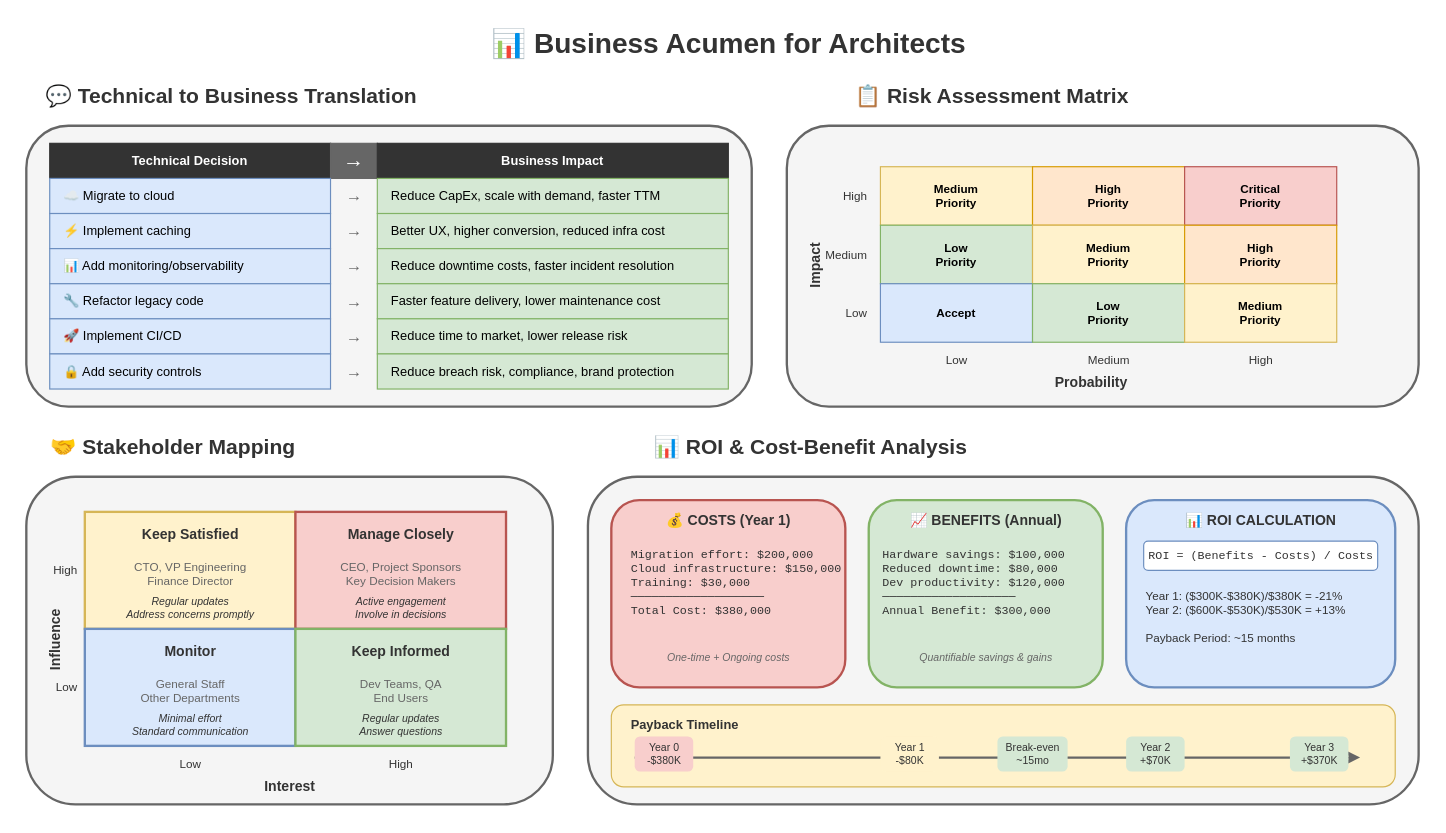
The draw.io diagram lesson-10-soft-skills/03-business-acumen/3.1-business-acumen.drawio in MrParkerZ7/document-lesson-software-architect-x-claude, before the edit. Source tidied: cells renumbered, new cells numbered last; positions are measured from the earlier drawing's top-left corner, leaving out a move shared by most shapes. Both pictures are drawn from the tidied source at 117%, with x=0, y=0 at pixel (20, 20).
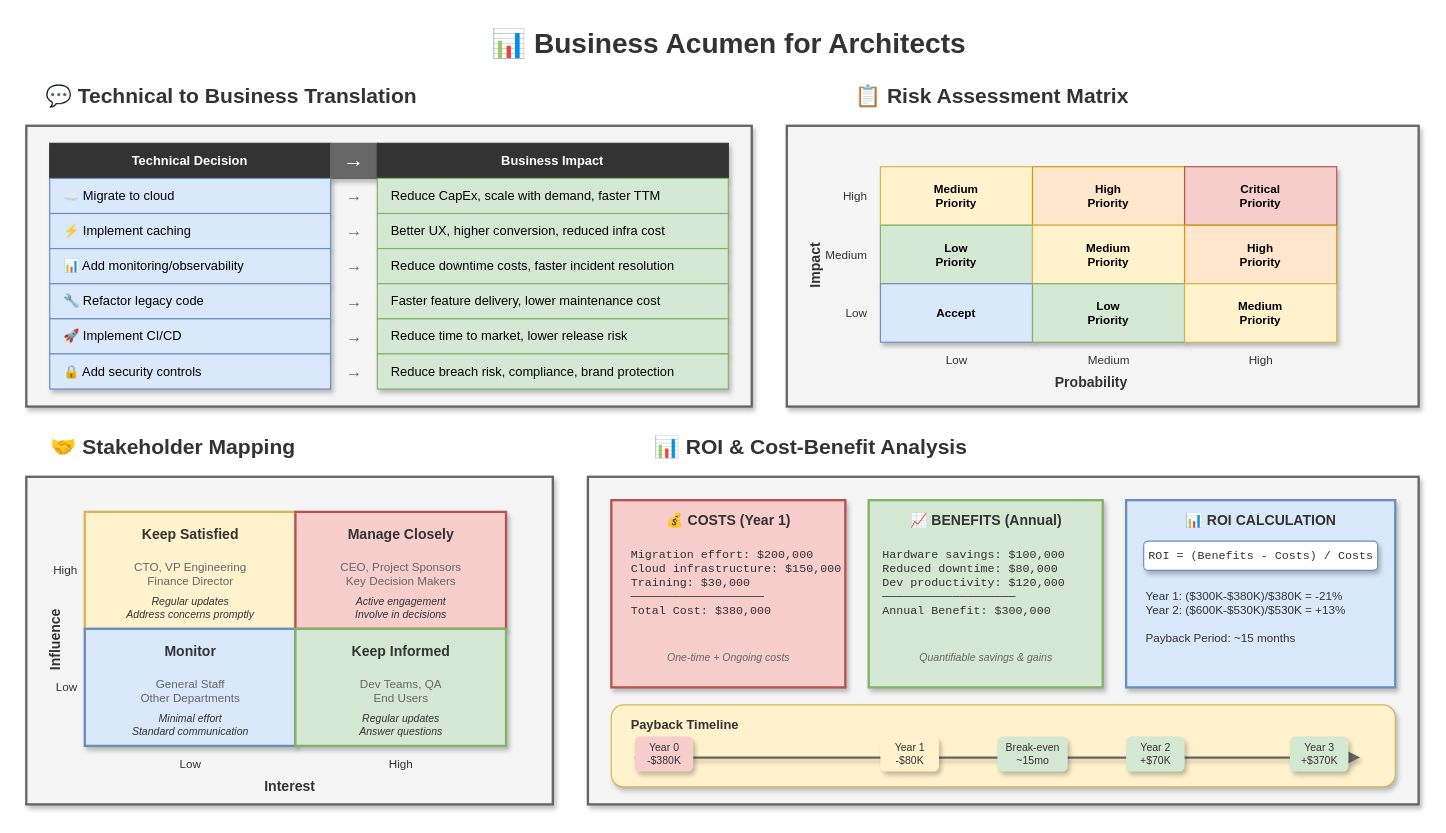
The same page after the edit.

The edit, as a diff of the source:
```diff
@@
-    <mxCell id="4" style="rounded=1;whiteSpace=wrap;html=1;fillColor=#f5f5f5;strokeColor=#666666;strokeWidth=2;" parent="1" vertex="1">
+    <mxCell id="4" style="rounded=0;whiteSpace=wrap;html=1;fillColor=#f5f5f5;strokeColor=#666666;strokeWidth=2;shadow=1;" parent="1" vertex="1">
       <mxGeometry x="5" y="90" width="620" height="240" as="geometry" />
     </mxCell>
-    <mxCell id="5" value="Technical Decision" style="rounded=0;whiteSpace=wrap;html=1;fillColor=#333333;strokeColor=#333333;fontColor=#ffffff;fontStyle=1;fontSize=11;" parent="1" vertex="1">
+    <mxCell id="5" value="Technical Decision" style="rounded=0;whiteSpace=wrap;html=1;fillColor=#333333;strokeColor=#333333;fontColor=#ffffff;fontStyle=1;fontSize=11;shadow=1;" parent="1" vertex="1">
       <mxGeometry x="25" y="105" width="240" height="30" as="geometry" />
     </mxCell>
-    <mxCell id="6" value="→" style="rounded=0;whiteSpace=wrap;html=1;fillColor=#666666;strokeColor=#666666;fontColor=#ffffff;fontStyle=1;fontSize=18;" parent="1" vertex="1">
+    <mxCell id="6" value="→" style="rounded=0;whiteSpace=wrap;html=1;fillColor=#666666;strokeColor=#666666;fontColor=#ffffff;fontStyle=1;fontSize=18;shadow=1;" parent="1" vertex="1">
       <mxGeometry x="265" y="105" width="40" height="30" as="geometry" />
     </mxCell>
-    <mxCell id="7" value="Business Impact" style="rounded=0;whiteSpace=wrap;html=1;fillColor=#333333;strokeColor=#333333;fontColor=#ffffff;fontStyle=1;fontSize=11;" parent="1" vertex="1">
+    <mxCell id="7" value="Business Impact" style="rounded=0;whiteSpace=wrap;html=1;fillColor=#333333;strokeColor=#333333;fontColor=#ffffff;fontStyle=1;fontSize=11;shadow=1;" parent="1" vertex="1">
       <mxGeometry x="305" y="105" width="300" height="30" as="geometry" />
     </mxCell>
-    <mxCell id="8" value="☁️ Migrate to cloud" style="rounded=0;whiteSpace=wrap;html=1;fillColor=#dae8fc;strokeColor=#6c8ebf;fontSize=11;align=left;spacingLeft=10;" parent="1" vertex="1">
+    <mxCell id="8" value="☁️ Migrate to cloud" style="rounded=0;whiteSpace=wrap;html=1;fillColor=#dae8fc;strokeColor=#6c8ebf;fontSize=11;align=left;spacingLeft=10;shadow=1;" parent="1" vertex="1">
       <mxGeometry x="25" y="135" width="240" height="30" as="geometry" />
     </mxCell>
@@
-    <mxCell id="10" value="Reduce CapEx, scale with demand, faster TTM" style="rounded=0;whiteSpace=wrap;html=1;fillColor=#d5e8d4;strokeColor=#82b366;fontSize=11;align=left;spacingLeft=10;" parent="1" vertex="1">
+    <mxCell id="10" value="Reduce CapEx, scale with demand, faster TTM" style="rounded=0;whiteSpace=wrap;html=1;fillColor=#d5e8d4;strokeColor=#82b366;fontSize=11;align=left;spacingLeft=10;shadow=1;" parent="1" vertex="1">
       <mxGeometry x="305" y="135" width="300" height="30" as="geometry" />
     </mxCell>
-    <mxCell id="11" value="⚡ Implement caching" style="rounded=0;whiteSpace=wrap;html=1;fillColor=#dae8fc;strokeColor=#6c8ebf;fontSize=11;align=left;spacingLeft=10;" parent="1" vertex="1">
+    <mxCell id="11" value="⚡ Implement caching" style="rounded=0;whiteSpace=wrap;html=1;fillColor=#dae8fc;strokeColor=#6c8ebf;fontSize=11;align=left;spacingLeft=10;shadow=1;" parent="1" vertex="1">
       <mxGeometry x="25" y="165" width="240" height="30" as="geometry" />
     </mxCell>
@@
-    <mxCell id="13" value="Better UX, higher conversion, reduced infra cost" style="rounded=0;whiteSpace=wrap;html=1;fillColor=#d5e8d4;strokeColor=#82b366;fontSize=11;align=left;spacingLeft=10;" parent="1" vertex="1">
+    <mxCell id="13" value="Better UX, higher conversion, reduced infra cost" style="rounded=0;whiteSpace=wrap;html=1;fillColor=#d5e8d4;strokeColor=#82b366;fontSize=11;align=left;spacingLeft=10;shadow=1;" parent="1" vertex="1">
       <mxGeometry x="305" y="165" width="300" height="30" as="geometry" />
     </mxCell>
-    <mxCell id="14" value="📊 Add monitoring/observability" style="rounded=0;whiteSpace=wrap;html=1;fillColor=#dae8fc;strokeColor=#6c8ebf;fontSize=11;align=left;spacingLeft=10;" parent="1" vertex="1">
+    <mxCell id="14" value="📊 Add monitoring/observability" style="rounded=0;whiteSpace=wrap;html=1;fillColor=#dae8fc;strokeColor=#6c8ebf;fontSize=11;align=left;spacingLeft=10;shadow=1;" parent="1" vertex="1">
       <mxGeometry x="25" y="195" width="240" height="30" as="geometry" />
     </mxCell>
@@
-    <mxCell id="16" value="Reduce downtime costs, faster incident resolution" style="rounded=0;whiteSpace=wrap;html=1;fillColor=#d5e8d4;strokeColor=#82b366;fontSize=11;align=left;spacingLeft=10;" parent="1" vertex="1">
+    <mxCell id="16" value="Reduce downtime costs, faster incident resolution" style="rounded=0;whiteSpace=wrap;html=1;fillColor=#d5e8d4;strokeColor=#82b366;fontSize=11;align=left;spacingLeft=10;shadow=1;" parent="1" vertex="1">
       <mxGeometry x="305" y="195" width="300" height="30" as="geometry" />
     </mxCell>
-    <mxCell id="17" value="🔧 Refactor legacy code" style="rounded=0;whiteSpace=wrap;html=1;fillColor=#dae8fc;strokeColor=#6c8ebf;fontSize=11;align=left;spacingLeft=10;" parent="1" vertex="1">
+    <mxCell id="17" value="🔧 Refactor legacy code" style="rounded=0;whiteSpace=wrap;html=1;fillColor=#dae8fc;strokeColor=#6c8ebf;fontSize=11;align=left;spacingLeft=10;shadow=1;" parent="1" vertex="1">
       <mxGeometry x="25" y="225" width="240" height="30" as="geometry" />
     </mxCell>
@@
-    <mxCell id="19" value="Faster feature delivery, lower maintenance cost" style="rounded=0;whiteSpace=wrap;html=1;fillColor=#d5e8d4;strokeColor=#82b366;fontSize=11;align=left;spacingLeft=10;" parent="1" vertex="1">
+    <mxCell id="19" value="Faster feature delivery, lower maintenance cost" style="rounded=0;whiteSpace=wrap;html=1;fillColor=#d5e8d4;strokeColor=#82b366;fontSize=11;align=left;spacingLeft=10;shadow=1;" parent="1" vertex="1">
       <mxGeometry x="305" y="225" width="300" height="30" as="geometry" />
     </mxCell>
-    <mxCell id="20" value="🚀 Implement CI/CD" style="rounded=0;whiteSpace=wrap;html=1;fillColor=#dae8fc;strokeColor=#6c8ebf;fontSize=11;align=left;spacingLeft=10;" parent="1" vertex="1">
+    <mxCell id="20" value="🚀 Implement CI/CD" style="rounded=0;whiteSpace=wrap;html=1;fillColor=#dae8fc;strokeColor=#6c8ebf;fontSize=11;align=left;spacingLeft=10;shadow=1;" parent="1" vertex="1">
       <mxGeometry x="25" y="255" width="240" height="30" as="geometry" />
     </mxCell>
@@
-    <mxCell id="22" value="Reduce time to market, lower release risk" style="rounded=0;whiteSpace=wrap;html=1;fillColor=#d5e8d4;strokeColor=#82b366;fontSize=11;align=left;spacingLeft=10;" parent="1" vertex="1">
+    <mxCell id="22" value="Reduce time to market, lower release risk" style="rounded=0;whiteSpace=wrap;html=1;fillColor=#d5e8d4;strokeColor=#82b366;fontSize=11;align=left;spacingLeft=10;shadow=1;" parent="1" vertex="1">
       <mxGeometry x="305" y="255" width="300" height="30" as="geometry" />
     </mxCell>
-    <mxCell id="23" value="🔒 Add security controls" style="rounded=0;whiteSpace=wrap;html=1;fillColor=#dae8fc;strokeColor=#6c8ebf;fontSize=11;align=left;spacingLeft=10;" parent="1" vertex="1">
+    <mxCell id="23" value="🔒 Add security controls" style="rounded=0;whiteSpace=wrap;html=1;fillColor=#dae8fc;strokeColor=#6c8ebf;fontSize=11;align=left;spacingLeft=10;shadow=1;" parent="1" vertex="1">
       <mxGeometry x="25" y="285" width="240" height="30" as="geometry" />
     </mxCell>
@@
-    <mxCell id="25" value="Reduce breach risk, compliance, brand protection" style="rounded=0;whiteSpace=wrap;html=1;fillColor=#d5e8d4;strokeColor=#82b366;fontSize=11;align=left;spacingLeft=10;" parent="1" vertex="1">
+    <mxCell id="25" value="Reduce breach risk, compliance, brand protection" style="rounded=0;whiteSpace=wrap;html=1;fillColor=#d5e8d4;strokeColor=#82b366;fontSize=11;align=left;spacingLeft=10;shadow=1;" parent="1" vertex="1">
       <mxGeometry x="305" y="285" width="300" height="30" as="geometry" />
     </mxCell>
@@
-    <mxCell id="27" style="rounded=1;whiteSpace=wrap;html=1;fillColor=#f5f5f5;strokeColor=#666666;strokeWidth=2;" parent="1" vertex="1">
+    <mxCell id="27" style="rounded=0;whiteSpace=wrap;html=1;fillColor=#f5f5f5;strokeColor=#666666;strokeWidth=2;shadow=1;" parent="1" vertex="1">
       <mxGeometry x="655" y="90" width="540" height="240" as="geometry" />
     </mxCell>
@@
-    <mxCell id="30" value="Medium&#10;Priority" style="rounded=0;whiteSpace=wrap;html=1;fillColor=#fff2cc;strokeColor=#d6b656;fontSize=10;fontStyle=1;" parent="1" vertex="1">
+    <mxCell id="30" value="Medium&#10;Priority" style="rounded=0;whiteSpace=wrap;html=1;fillColor=#fff2cc;strokeColor=#d6b656;fontSize=10;fontStyle=1;shadow=1;" parent="1" vertex="1">
       <mxGeometry x="735" y="125" width="130" height="50" as="geometry" />
     </mxCell>
-    <mxCell id="31" value="High&#10;Priority" style="rounded=0;whiteSpace=wrap;html=1;fillColor=#ffe6cc;strokeColor=#d79b00;fontSize=10;fontStyle=1;" parent="1" vertex="1">
+    <mxCell id="31" value="High&#10;Priority" style="rounded=0;whiteSpace=wrap;html=1;fillColor=#ffe6cc;strokeColor=#d79b00;fontSize=10;fontStyle=1;shadow=1;" parent="1" vertex="1">
       <mxGeometry x="865" y="125" width="130" height="50" as="geometry" />
     </mxCell>
-    <mxCell id="32" value="Critical&#10;Priority" style="rounded=0;whiteSpace=wrap;html=1;fillColor=#f8cecc;strokeColor=#b85450;fontSize=10;fontStyle=1;" parent="1" vertex="1">
+    <mxCell id="32" value="Critical&#10;Priority" style="rounded=0;whiteSpace=wrap;html=1;fillColor=#f8cecc;strokeColor=#b85450;fontSize=10;fontStyle=1;shadow=1;" parent="1" vertex="1">
       <mxGeometry x="995" y="125" width="130" height="50" as="geometry" />
     </mxCell>
@@
-    <mxCell id="34" value="Low&#10;Priority" style="rounded=0;whiteSpace=wrap;html=1;fillColor=#d5e8d4;strokeColor=#82b366;fontSize=10;fontStyle=1;" parent="1" vertex="1">
+    <mxCell id="34" value="Low&#10;Priority" style="rounded=0;whiteSpace=wrap;html=1;fillColor=#d5e8d4;strokeColor=#82b366;fontSize=10;fontStyle=1;shadow=1;" parent="1" vertex="1">
       <mxGeometry x="735" y="175" width="130" height="50" as="geometry" />
     </mxCell>
-    <mxCell id="35" value="Medium&#10;Priority" style="rounded=0;whiteSpace=wrap;html=1;fillColor=#fff2cc;strokeColor=#d6b656;fontSize=10;fontStyle=1;" parent="1" vertex="1">
+    <mxCell id="35" value="Medium&#10;Priority" style="rounded=0;whiteSpace=wrap;html=1;fillColor=#fff2cc;strokeColor=#d6b656;fontSize=10;fontStyle=1;shadow=1;" parent="1" vertex="1">
       <mxGeometry x="865" y="175" width="130" height="50" as="geometry" />
     </mxCell>
-    <mxCell id="36" value="High&#10;Priority" style="rounded=0;whiteSpace=wrap;html=1;fillColor=#ffe6cc;strokeColor=#d79b00;fontSize=10;fontStyle=1;" parent="1" vertex="1">
+    <mxCell id="36" value="High&#10;Priority" style="rounded=0;whiteSpace=wrap;html=1;fillColor=#ffe6cc;strokeColor=#d79b00;fontSize=10;fontStyle=1;shadow=1;" parent="1" vertex="1">
       <mxGeometry x="995" y="175" width="130" height="50" as="geometry" />
     </mxCell>
@@
-    <mxCell id="38" value="Accept" style="rounded=0;whiteSpace=wrap;html=1;fillColor=#dae8fc;strokeColor=#6c8ebf;fontSize=10;fontStyle=1;" parent="1" vertex="1">
+    <mxCell id="38" value="Accept" style="rounded=0;whiteSpace=wrap;html=1;fillColor=#dae8fc;strokeColor=#6c8ebf;fontSize=10;fontStyle=1;shadow=1;" parent="1" vertex="1">
       <mxGeometry x="735" y="225" width="130" height="50" as="geometry" />
     </mxCell>
-    <mxCell id="39" value="Low&#10;Priority" style="rounded=0;whiteSpace=wrap;html=1;fillColor=#d5e8d4;strokeColor=#82b366;fontSize=10;fontStyle=1;" parent="1" vertex="1">
+    <mxCell id="39" value="Low&#10;Priority" style="rounded=0;whiteSpace=wrap;html=1;fillColor=#d5e8d4;strokeColor=#82b366;fontSize=10;fontStyle=1;shadow=1;" parent="1" vertex="1">
       <mxGeometry x="865" y="225" width="130" height="50" as="geometry" />
     </mxCell>
-    <mxCell id="40" value="Medium&#10;Priority" style="rounded=0;whiteSpace=wrap;html=1;fillColor=#fff2cc;strokeColor=#d6b656;fontSize=10;fontStyle=1;" parent="1" vertex="1">
+    <mxCell id="40" value="Medium&#10;Priority" style="rounded=0;whiteSpace=wrap;html=1;fillColor=#fff2cc;strokeColor=#d6b656;fontSize=10;fontStyle=1;shadow=1;" parent="1" vertex="1">
       <mxGeometry x="995" y="225" width="130" height="50" as="geometry" />
     </mxCell>
@@
-    <mxCell id="46" style="rounded=1;whiteSpace=wrap;html=1;fillColor=#f5f5f5;strokeColor=#666666;strokeWidth=2;" parent="1" vertex="1">
+    <mxCell id="46" style="rounded=0;whiteSpace=wrap;html=1;fillColor=#f5f5f5;strokeColor=#666666;strokeWidth=2;shadow=1;" parent="1" vertex="1">
       <mxGeometry x="5" y="390" width="450" height="280" as="geometry" />
     </mxCell>
@@
-    <mxCell id="48" style="rounded=0;whiteSpace=wrap;html=1;fillColor=#fff2cc;strokeColor=#d6b656;strokeWidth=2;" parent="1" vertex="1">
+    <mxCell id="48" style="rounded=0;whiteSpace=wrap;html=1;fillColor=#fff2cc;strokeColor=#d6b656;strokeWidth=2;shadow=1;" parent="1" vertex="1">
       <mxGeometry x="55" y="420" width="180" height="100" as="geometry" />
     </mxCell>
@@
-    <mxCell id="52" style="rounded=0;whiteSpace=wrap;html=1;fillColor=#f8cecc;strokeColor=#b85450;strokeWidth=2;" parent="1" vertex="1">
+    <mxCell id="52" style="rounded=0;whiteSpace=wrap;html=1;fillColor=#f8cecc;strokeColor=#b85450;strokeWidth=2;shadow=1;" parent="1" vertex="1">
       <mxGeometry x="235" y="420" width="180" height="100" as="geometry" />
     </mxCell>
@@
-    <mxCell id="56" style="rounded=0;whiteSpace=wrap;html=1;fillColor=#dae8fc;strokeColor=#6c8ebf;strokeWidth=2;" parent="1" vertex="1">
+    <mxCell id="56" style="rounded=0;whiteSpace=wrap;html=1;fillColor=#dae8fc;strokeColor=#6c8ebf;strokeWidth=2;shadow=1;" parent="1" vertex="1">
       <mxGeometry x="55" y="520" width="180" height="100" as="geometry" />
     </mxCell>
@@
-    <mxCell id="60" style="rounded=0;whiteSpace=wrap;html=1;fillColor=#d5e8d4;strokeColor=#82b366;strokeWidth=2;" parent="1" vertex="1">
+    <mxCell id="60" style="rounded=0;whiteSpace=wrap;html=1;fillColor=#d5e8d4;strokeColor=#82b366;strokeWidth=2;shadow=1;" parent="1" vertex="1">
       <mxGeometry x="235" y="520" width="180" height="100" as="geometry" />
     </mxCell>
@@
-    <mxCell id="70" style="rounded=1;whiteSpace=wrap;html=1;fillColor=#f5f5f5;strokeColor=#666666;strokeWidth=2;" parent="1" vertex="1">
+    <mxCell id="70" style="rounded=0;whiteSpace=wrap;html=1;fillColor=#f5f5f5;strokeColor=#666666;strokeWidth=2;shadow=1;" parent="1" vertex="1">
       <mxGeometry x="485" y="390" width="710" height="280" as="geometry" />
     </mxCell>
-    <mxCell id="71" style="rounded=1;whiteSpace=wrap;html=1;fillColor=#f8cecc;strokeColor=#b85450;strokeWidth=2;" parent="1" vertex="1">
+    <mxCell id="71" style="rounded=0;whiteSpace=wrap;html=1;fillColor=#f8cecc;strokeColor=#b85450;strokeWidth=2;shadow=1;" parent="1" vertex="1">
       <mxGeometry x="505" y="410" width="200" height="160" as="geometry" />
     </mxCell>
@@
-    <mxCell id="75" style="rounded=1;whiteSpace=wrap;html=1;fillColor=#d5e8d4;strokeColor=#82b366;strokeWidth=2;" parent="1" vertex="1">
+    <mxCell id="75" style="rounded=0;whiteSpace=wrap;html=1;fillColor=#d5e8d4;strokeColor=#82b366;strokeWidth=2;shadow=1;" parent="1" vertex="1">
       <mxGeometry x="725" y="410" width="200" height="160" as="geometry" />
     </mxCell>
@@
-    <mxCell id="79" style="rounded=1;whiteSpace=wrap;html=1;fillColor=#dae8fc;strokeColor=#6c8ebf;strokeWidth=2;" parent="1" vertex="1">
+    <mxCell id="79" style="rounded=0;whiteSpace=wrap;html=1;fillColor=#dae8fc;strokeColor=#6c8ebf;strokeWidth=2;shadow=1;" parent="1" vertex="1">
       <mxGeometry x="945" y="410" width="230" height="160" as="geometry" />
     </mxCell>
@@
-    <mxCell id="81" value="ROI = (Benefits - Costs) / Costs" style="text;html=1;strokeColor=none;fillColor=#ffffff;align=center;verticalAlign=middle;fontSize=10;fontColor=#333333;fontFamily=Courier New;rounded=1;strokeWidth=1;strokeColor=#6c8ebf;" parent="1" vertex="1">
+    <mxCell id="81" value="ROI = (Benefits - Costs) / Costs" style="text;html=1;strokeColor=none;fillColor=#ffffff;align=center;verticalAlign=middle;fontSize=10;fontColor=#333333;fontFamily=Courier New;rounded=1;strokeWidth=1;strokeColor=#6c8ebf;shadow=1;" parent="1" vertex="1">
       <mxGeometry x="960" y="445" width="200" height="25" as="geometry" />
     </mxCell>
@@
-    <mxCell id="83" style="rounded=1;whiteSpace=wrap;html=1;fillColor=#fff2cc;strokeColor=#d6b656;strokeWidth=1;" parent="1" vertex="1">
+    <mxCell id="83" style="rounded=1;whiteSpace=wrap;html=1;fillColor=#fff2cc;strokeColor=#d6b656;strokeWidth=1;shadow=1;" parent="1" vertex="1">
       <mxGeometry x="505" y="585" width="670" height="70" as="geometry" />
     </mxCell>
@@
-    <mxCell id="85" style="endArrow=classic;html=1;strokeWidth=2;strokeColor=#666666;" parent="1" edge="1">
+    <mxCell id="85" style="endArrow=classic;html=1;strokeWidth=2;strokeColor=#666666;shadow=1;curved=1;flowAnimation=1;jumpStyle=arc;" parent="1" edge="1">
       <mxGeometry relative="1" as="geometry">
         <mxPoint x="525" y="630" as="sourcePoint" />
         <mxPoint x="1145" y="630" as="targetPoint" />
       </mxGeometry>
     </mxCell>
-    <mxCell id="86" value="Year 0&#10;-$380K" style="text;html=1;strokeColor=none;fillColor=#f8cecc;align=center;verticalAlign=middle;fontSize=9;fontColor=#333333;rounded=1;" parent="1" vertex="1">
+    <mxCell id="86" value="Year 0&#10;-$380K" style="text;html=1;strokeColor=none;fillColor=#f8cecc;align=center;verticalAlign=middle;fontSize=9;fontColor=#333333;rounded=1;shadow=1;" parent="1" vertex="1">
       <mxGeometry x="525" y="612" width="50" height="30" as="geometry" />
     </mxCell>
-    <mxCell id="87" value="Year 1&#10;-$80K" style="text;html=1;strokeColor=none;fillColor=#fff2cc;align=center;verticalAlign=middle;fontSize=9;fontColor=#333333;rounded=1;" parent="1" vertex="1">
+    <mxCell id="87" value="Year 1&#10;-$80K" style="text;html=1;strokeColor=none;fillColor=#fff2cc;align=center;verticalAlign=middle;fontSize=9;fontColor=#333333;rounded=1;shadow=1;" parent="1" vertex="1">
       <mxGeometry x="735" y="612" width="50" height="30" as="geometry" />
     </mxCell>
-    <mxCell id="88" value="Break-even&#10;~15mo" style="text;html=1;strokeColor=none;fillColor=#d5e8d4;align=center;verticalAlign=middle;fontSize=9;fontColor=#333333;rounded=1;" parent="1" vertex="1">
+    <mxCell id="88" value="Break-even&#10;~15mo" style="text;html=1;strokeColor=none;fillColor=#d5e8d4;align=center;verticalAlign=middle;fontSize=9;fontColor=#333333;rounded=1;shadow=1;" parent="1" vertex="1">
       <mxGeometry x="835" y="612" width="60" height="30" as="geometry" />
     </mxCell>
-    <mxCell id="89" value="Year 2&#10;+$70K" style="text;html=1;strokeColor=none;fillColor=#d5e8d4;align=center;verticalAlign=middle;fontSize=9;fontColor=#333333;rounded=1;" parent="1" vertex="1">
+    <mxCell id="89" value="Year 2&#10;+$70K" style="text;html=1;strokeColor=none;fillColor=#d5e8d4;align=center;verticalAlign=middle;fontSize=9;fontColor=#333333;rounded=1;shadow=1;" parent="1" vertex="1">
       <mxGeometry x="945" y="612" width="50" height="30" as="geometry" />
     </mxCell>
-    <mxCell id="90" value="Year 3&#10;+$370K" style="text;html=1;strokeColor=none;fillColor=#d5e8d4;align=center;verticalAlign=middle;fontSize=9;fontColor=#333333;rounded=1;" parent="1" vertex="1">
+    <mxCell id="90" value="Year 3&#10;+$370K" style="text;html=1;strokeColor=none;fillColor=#d5e8d4;align=center;verticalAlign=middle;fontSize=9;fontColor=#333333;rounded=1;shadow=1;" parent="1" vertex="1">
       <mxGeometry x="1085" y="612" width="50" height="30" as="geometry" />
     </mxCell>
```
